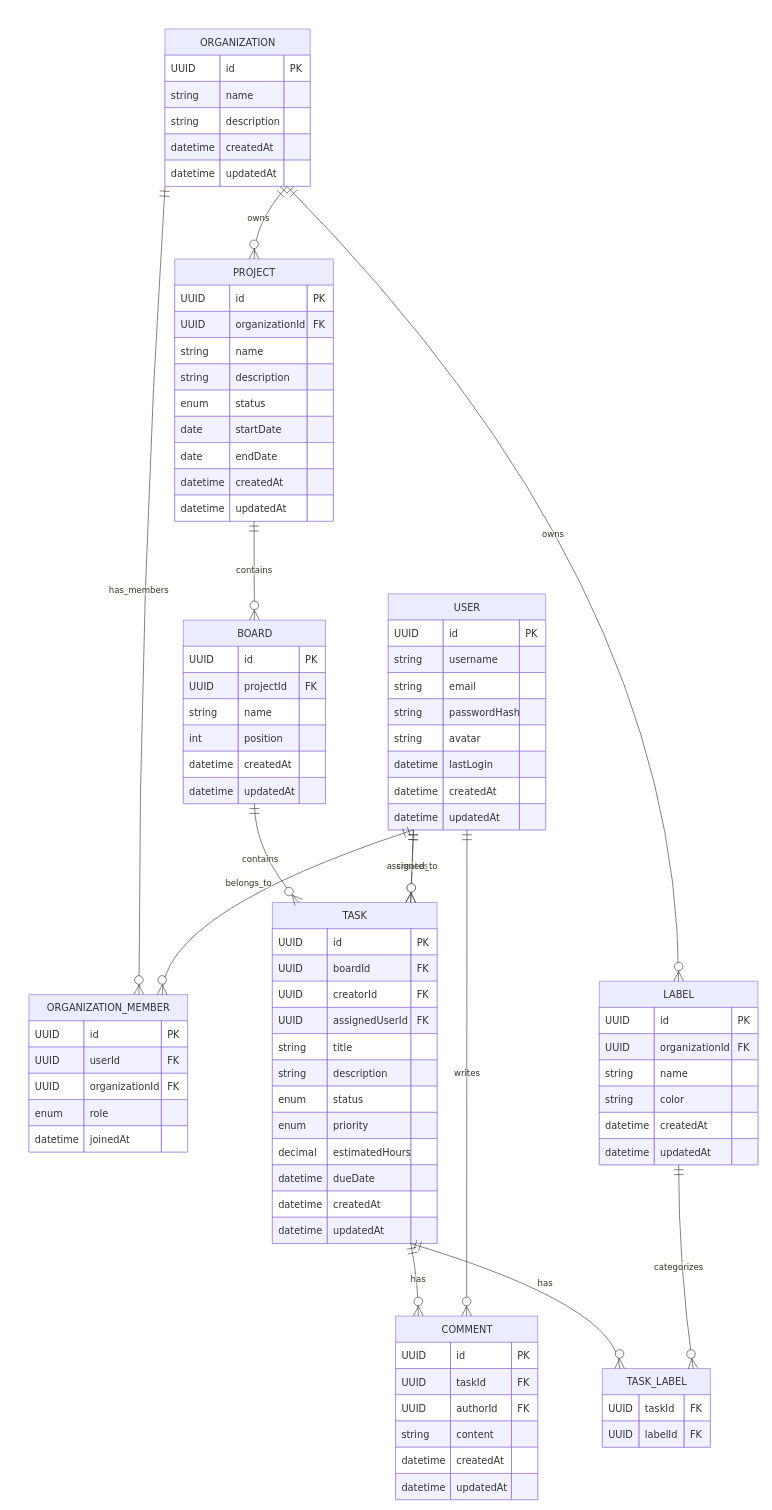
Above: docs/diagrams/erd.drawio in jigcolapaolo/sothforge-api (draw.io), before the change. Source tidied: cells renumbered, new cells numbered last; positions are measured from the earlier drawing's top-left corner, leaving out a move shared by most shapes. Both pictures are drawn from the tidied source at 61%, with x=0, y=0 at pixel (10, 10).
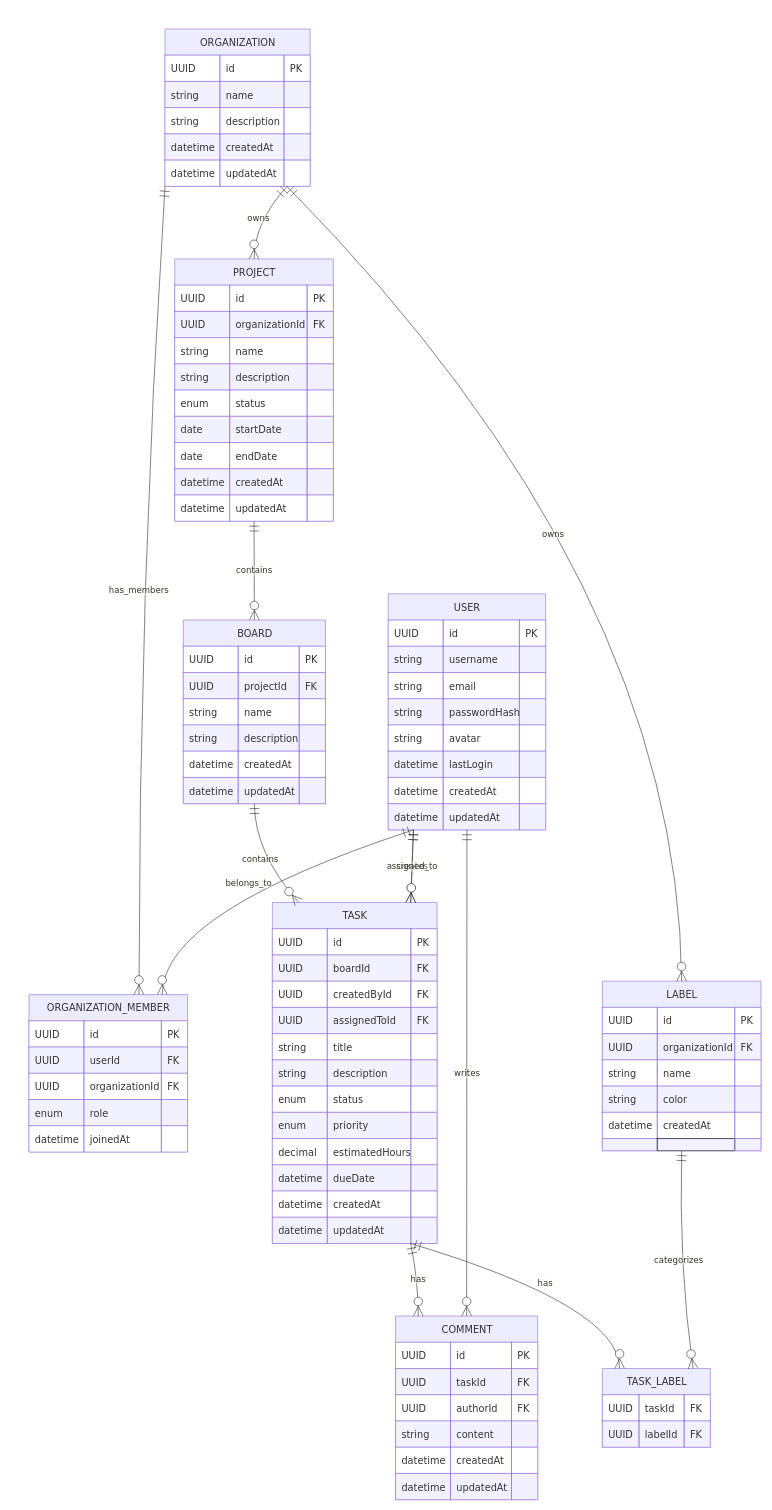
The same diagram, later.

Commit message (it also covers changes not shown here):
docs: update rules, permissions, erd, domain and erd diagram documentation

Unchanged cells that the change refers to:
```xml
<mxCell id="2" style="group;transparentBounds=1;editIcon=1;lockedGroup=0;groupPadding=10;" parent="1" vertex="1">
  <mxGeometry as="geometry" />
</mxCell>
<mxCell id="128" style="shape=tableRow;horizontal=0;startSize=0;swimlaneHead=0;swimlaneBody=1;fillColor=light-dark(#F1F1FF,#1f2020);strokeColor=inherit;strokeWidth=1;top=0;left=0;right=0;bottom=0;" parent="115" vertex="1">
  <mxGeometry y="172" width="233" height="43" as="geometry" />
</mxCell>
<mxCell id="149" style="shape=tableRow;horizontal=0;startSize=0;swimlaneHead=0;swimlaneBody=1;fillColor=light-dark(#ffffff,#1f2020);strokeColor=inherit;strokeWidth=1;top=0;left=0;right=0;bottom=0;" parent="140" vertex="1">
  <mxGeometry y="129" width="270" height="43" as="geometry" />
</mxCell>
<mxCell id="153" style="shape=tableRow;horizontal=0;startSize=0;swimlaneHead=0;swimlaneBody=1;fillColor=light-dark(#F1F1FF,#1f2020);strokeColor=inherit;strokeWidth=1;top=0;left=0;right=0;bottom=0;" parent="140" vertex="1">
  <mxGeometry y="172" width="270" height="43" as="geometry" />
</mxCell>
```

What changed in the source:
```diff
@@
-    <mxCell id="129" value="int" style="shape=partialRectangle;fillColor=none;strokeColor=light-dark(#9370DB,#cccccc);strokeWidth=1;fontColor=light-dark(#333333,#cccccc);fontFamily=Trebuchet MS,Verdana,Arial,sans-serif;top=1;left=1;bottom=1;right=1;align=left;spacingLeft=8;overflow=hidden;fontSize=16;" parent="128" vertex="1">
+    <mxCell id="129" value="string" style="shape=partialRectangle;fillColor=none;strokeColor=light-dark(#9370DB,#cccccc);strokeWidth=1;fontColor=light-dark(#333333,#cccccc);fontFamily=Trebuchet MS,Verdana,Arial,sans-serif;top=1;left=1;bottom=1;right=1;align=left;spacingLeft=8;overflow=hidden;fontSize=16;" parent="128" vertex="1">
       <mxGeometry width="90" height="43" as="geometry" />
     </mxCell>
-    <mxCell id="130" value="position" style="shape=partialRectangle;fillColor=none;strokeColor=light-dark(#9370DB,#cccccc);strokeWidth=1;fontColor=light-dark(#333333,#cccccc);fontFamily=Trebuchet MS,Verdana,Arial,sans-serif;top=1;left=1;bottom=1;right=1;align=left;spacingLeft=8;overflow=hidden;fontSize=16;" parent="128" vertex="1">
+    <mxCell id="130" value="description" style="shape=partialRectangle;fillColor=none;strokeColor=light-dark(#9370DB,#cccccc);strokeWidth=1;fontColor=light-dark(#333333,#cccccc);fontFamily=Trebuchet MS,Verdana,Arial,sans-serif;top=1;left=1;bottom=1;right=1;align=left;spacingLeft=8;overflow=hidden;fontSize=16;" parent="128" vertex="1">
       <mxGeometry x="90" width="100" height="43" as="geometry" />
     </mxCell>
@@
-    <mxCell id="151" value="creatorId" style="shape=partialRectangle;fillColor=none;strokeColor=light-dark(#9370DB,#cccccc);strokeWidth=1;fontColor=light-dark(#333333,#cccccc);fontFamily=Trebuchet MS,Verdana,Arial,sans-serif;top=1;left=1;bottom=1;right=1;align=left;spacingLeft=8;overflow=hidden;fontSize=16;" parent="149" vertex="1">
+    <mxCell id="151" value="createdById" style="shape=partialRectangle;fillColor=none;strokeColor=light-dark(#9370DB,#cccccc);strokeWidth=1;fontColor=light-dark(#333333,#cccccc);fontFamily=Trebuchet MS,Verdana,Arial,sans-serif;top=1;left=1;bottom=1;right=1;align=left;spacingLeft=8;overflow=hidden;fontSize=16;" parent="149" vertex="1">
       <mxGeometry x="90" width="137" height="43" as="geometry" />
     </mxCell>
@@
-    <mxCell id="155" value="assignedUserId" style="shape=partialRectangle;fillColor=none;strokeColor=light-dark(#9370DB,#cccccc);strokeWidth=1;fontColor=light-dark(#333333,#cccccc);fontFamily=Trebuchet MS,Verdana,Arial,sans-serif;top=1;left=1;bottom=1;right=1;align=left;spacingLeft=8;overflow=hidden;fontSize=16;" parent="153" vertex="1">
+    <mxCell id="155" value="assignedToId" style="shape=partialRectangle;fillColor=none;strokeColor=light-dark(#9370DB,#cccccc);strokeWidth=1;fontColor=light-dark(#333333,#cccccc);fontFamily=Trebuchet MS,Verdana,Arial,sans-serif;top=1;left=1;bottom=1;right=1;align=left;spacingLeft=8;overflow=hidden;fontSize=16;" parent="153" vertex="1">
       <mxGeometry x="90" width="137" height="43" as="geometry" />
     </mxCell>
@@
     <mxCell id="214" value="LABEL" style="shape=table;startSize=43;childLayout=tableLayout;rowLines=1;fontSize=16;fontFamily=Trebuchet MS,Verdana,Arial,sans-serif;strokeWidth=1;align=center;html=1;fillColor=light-dark(#ECECFF,#1f2020);strokeColor=light-dark(#9370DB,#cccccc);fontColor=light-dark(#333333,#cccccc);" parent="2" vertex="1">
-      <mxGeometry x="965" y="1591" width="260" height="301" as="geometry" />
+      <mxGeometry x="970" y="1591" width="260" height="278" as="geometry" />
     </mxCell>
@@
     <mxCell id="235" style="shape=tableRow;horizontal=0;startSize=0;swimlaneHead=0;swimlaneBody=1;fillColor=light-dark(#F1F1FF,#1f2020);strokeColor=inherit;strokeWidth=1;top=0;left=0;right=0;bottom=0;" parent="214" vertex="1">
-      <mxGeometry y="258" width="260" height="43" as="geometry" />
+      <mxGeometry y="258" width="260" height="20" as="geometry" />
     </mxCell>
-    <mxCell id="236" value="datetime" style="shape=partialRectangle;fillColor=none;strokeColor=light-dark(#9370DB,#cccccc);strokeWidth=1;fontColor=light-dark(#333333,#cccccc);fontFamily=Trebuchet MS,Verdana,Arial,sans-serif;top=1;left=1;bottom=1;right=1;align=left;spacingLeft=8;overflow=hidden;fontSize=16;" parent="235" vertex="1">
-      <mxGeometry width="90" height="43" as="geometry" />
+    <mxCell id="236" style="shape=partialRectangle;fillColor=none;strokeColor=light-dark(#9370DB,#cccccc);strokeWidth=1;fontColor=light-dark(#333333,#cccccc);fontFamily=Trebuchet MS,Verdana,Arial,sans-serif;top=1;left=1;bottom=1;right=1;align=left;spacingLeft=8;overflow=hidden;fontSize=16;" parent="235" vertex="1">
+      <mxGeometry width="90" height="20" as="geometry" />
     </mxCell>
-    <mxCell id="237" value="updatedAt" style="shape=partialRectangle;fillColor=none;strokeColor=light-dark(#9370DB,#cccccc);strokeWidth=1;fontColor=light-dark(#333333,#cccccc);fontFamily=Trebuchet MS,Verdana,Arial,sans-serif;top=1;left=1;bottom=1;right=1;align=left;spacingLeft=8;overflow=hidden;fontSize=16;" parent="235" vertex="1">
-      <mxGeometry x="90" width="127" height="43" as="geometry" />
+    <mxCell id="237" style="shape=partialRectangle;fillColor=none;strokeColor=default;strokeWidth=1;fontColor=light-dark(#333333,#cccccc);fontFamily=Trebuchet MS,Verdana,Arial,sans-serif;top=1;left=1;bottom=1;right=1;align=left;spacingLeft=8;overflow=hidden;fontSize=16;" parent="235" vertex="1">
+      <mxGeometry x="90" width="127" height="20" as="geometry" />
     </mxCell>
     <mxCell id="238" style="shape=partialRectangle;fillColor=none;strokeColor=light-dark(#9370DB,#cccccc);strokeWidth=1;fontColor=light-dark(#333333,#cccccc);fontFamily=Trebuchet MS,Verdana,Arial,sans-serif;top=1;left=1;bottom=1;right=1;align=left;spacingLeft=8;overflow=hidden;fontSize=16;" parent="235" vertex="1">
-      <mxGeometry x="217" width="43" height="43" as="geometry" />
+      <mxGeometry x="217" width="43" height="20" as="geometry" />
     </mxCell>
```
